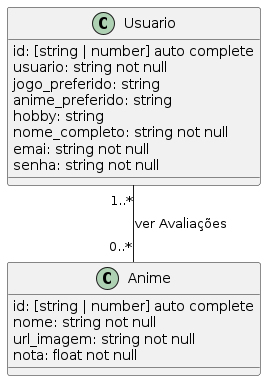
Before: src/UML/img/diagramaDeClasse.png, a diagram exported from PlantUML (FranCosMonX/Animes-Available).
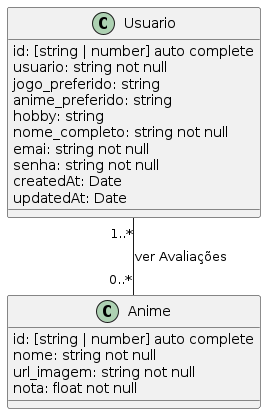
Above is the later version.

The edit, as a diff of the source:
```diff
@@ -9,6 +9,8 @@
     nome_completo: string not null
     emai: string not null
     senha: string not null
+    createdAt: Date
+    updatedAt: Date
 }
 
 class Anime{
```
